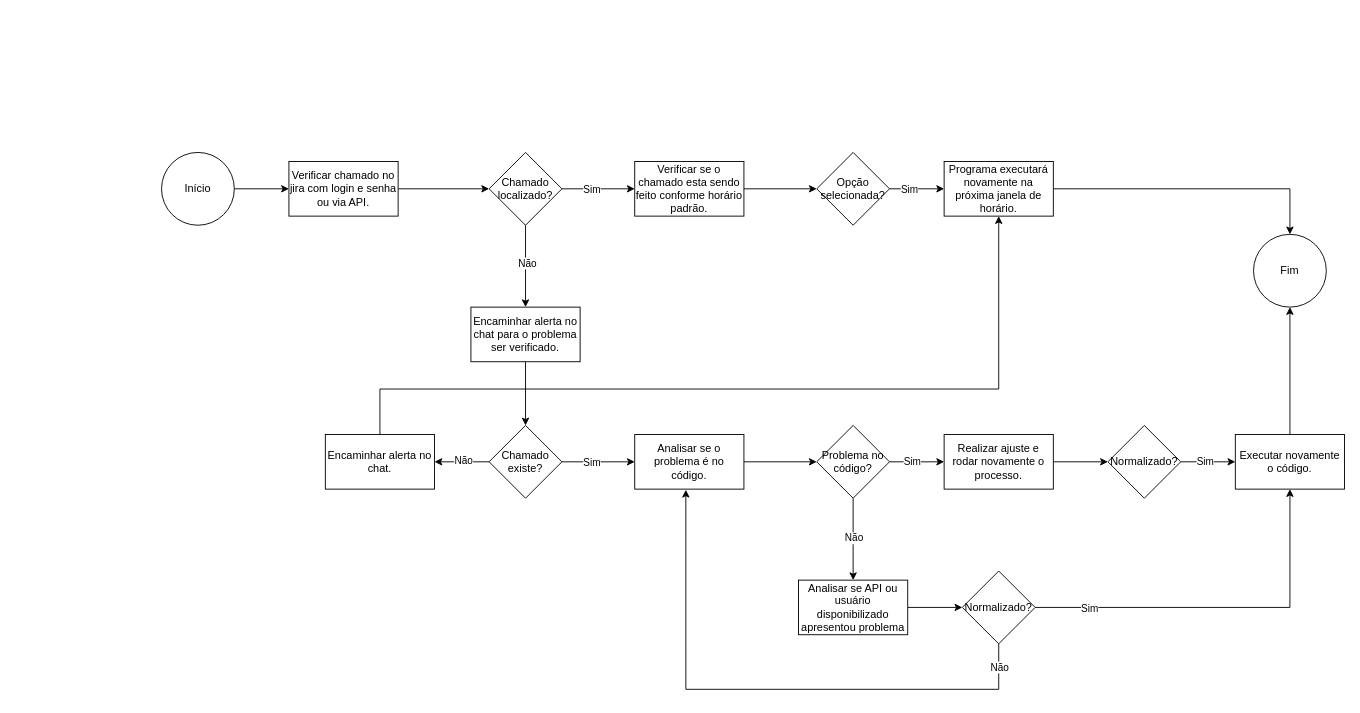
Anderson-olv/cresol-alertas keeps this draw.io diagram as docs/cresol.drawio. Above is the earlier version. Source tidied: cells renumbered, new cells numbered last; positions are measured from the earlier drawing's top-left corner, leaving out a move shared by most shapes. Both pictures are drawn from the tidied source at 91%, with x=0, y=0 at pixel (161, 152).
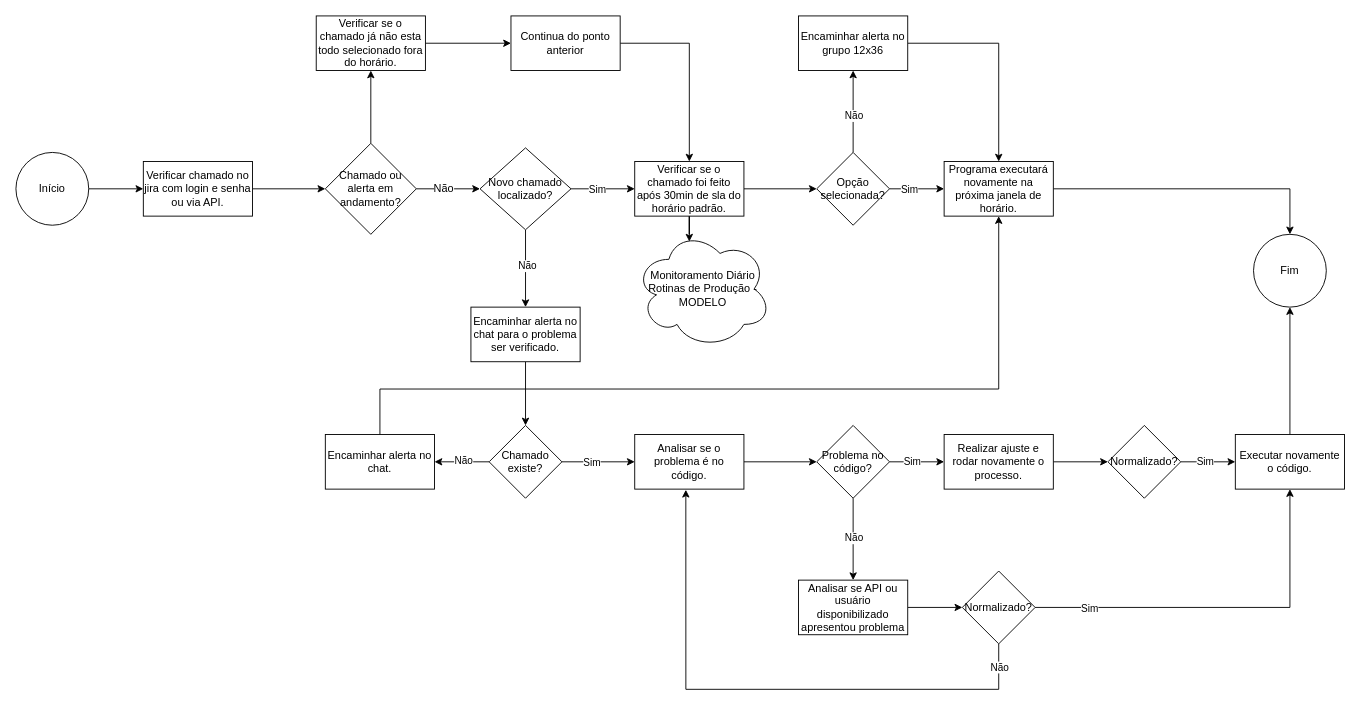
The same diagram, later.

Unchanged cells that the change refers to:
```xml
<mxCell id="35" value="Opção selecionada?" style="rhombus;whiteSpace=wrap;html=1;" parent="1" vertex="1">
  <mxGeometry x="720" width="80" height="80" as="geometry" />
</mxCell>
<mxCell id="37" value="Programa executará novamente na próxima janela de horário." style="whiteSpace=wrap;html=1;" parent="1" vertex="1">
  <mxGeometry x="860" y="10" width="120" height="60" as="geometry" />
</mxCell>
```

Diff of the diagram source:
```diff
@@
-    <mxCell id="2" style="edgeStyle=orthogonalEdgeStyle;rounded=0;jettySize=auto;html=1;" parent="1" edge="1" source="3" target="5">
+    <mxCell id="2" style="edgeStyle=orthogonalEdgeStyle;rounded=0;jettySize=auto;html=1;exitX=1;exitY=0.5;exitDx=0;exitDy=0;" parent="1" edge="1" source="3" target="5">
       <mxGeometry relative="1" as="geometry" />
     </mxCell>
     <mxCell id="3" value="Início" style="ellipse;whiteSpace=wrap;html=1;" parent="1" vertex="1">
-      <mxGeometry width="80" height="80" as="geometry" />
+      <mxGeometry x="-160" width="80" height="80" as="geometry" />
     </mxCell>
-    <mxCell id="4" style="edgeStyle=orthogonalEdgeStyle;rounded=0;jettySize=auto;html=1;" parent="1" edge="1" source="5" target="10">
-      <mxGeometry relative="1" as="geometry" />
-    </mxCell>
+    <mxCell id="49" style="edgeStyle=orthogonalEdgeStyle;rounded=0;jettySize=auto;html=1;fontFamily=Helvetica;fontSize=12;fontColor=default;" parent="1" edge="1" source="5" target="59">
+      <mxGeometry relative="1" as="geometry" />
+    </mxCell>
     <mxCell id="5" value="Verificar chamado no jira com login e senha ou via API." style="whiteSpace=wrap;html=1;" parent="1" vertex="1">
-      <mxGeometry x="140" y="10" width="120" height="60" as="geometry" />
+      <mxGeometry x="-20" y="10" width="120" height="60" as="geometry" />
     </mxCell>
@@
-    <mxCell id="10" value="Chamado localizado?" style="rhombus;whiteSpace=wrap;html=1;" parent="1" vertex="1">
-      <mxGeometry x="360" width="80" height="80" as="geometry" />
+    <mxCell id="10" value="Novo chamado localizado?" style="rhombus;whiteSpace=wrap;html=1;" parent="1" vertex="1">
+      <mxGeometry x="350" y="-5" width="100" height="90" as="geometry" />
     </mxCell>
@@
+    <mxCell id="50" style="edgeStyle=orthogonalEdgeStyle;rounded=0;jettySize=auto;html=1;entryX=0.4;entryY=0.1;entryDx=0;entryDy=0;entryPerimeter=0;" parent="1" edge="1" source="14" target="55">
+      <mxGeometry relative="1" as="geometry" />
+    </mxCell>
-    <mxCell id="14" value="Verificar se o chamado esta sendo feito conforme horário padrão." style="whiteSpace=wrap;html=1;" parent="1" vertex="1">
+    <mxCell id="14" value="Verificar se o chamado foi feito após 30min de sla do horário padrão." style="whiteSpace=wrap;html=1;" parent="1" vertex="1">
       <mxGeometry x="520" y="10" width="120" height="60" as="geometry" />
     </mxCell>
@@
+    <mxCell id="51" style="edgeStyle=orthogonalEdgeStyle;rounded=0;jettySize=auto;html=1;" parent="1" edge="1" source="35" target="54">
+      <mxGeometry relative="1" as="geometry" />
+    </mxCell>
+    <mxCell id="52" value="Não" style="edgeLabel;html=1;align=center;verticalAlign=middle;" parent="51" vertex="1">
+      <mxGeometry x="-0.1" relative="1" as="geometry" />
+    </mxCell>
@@
+    <mxCell id="53" style="edgeStyle=orthogonalEdgeStyle;rounded=0;jettySize=auto;html=1;fontFamily=Helvetica;fontSize=12;fontColor=default;" parent="1" edge="1" source="54" target="37">
+      <mxGeometry relative="1" as="geometry" />
+    </mxCell>
+    <mxCell id="54" value="Encaminhar alerta no grupo 12x36" style="whiteSpace=wrap;html=1;" parent="1" vertex="1">
+      <mxGeometry x="700" y="-150" width="120" height="60" as="geometry" />
+    </mxCell>
+    <mxCell id="55" value="Monitoramento Diário Rotinas de Produção - MODELO" style="ellipse;shape=cloud;whiteSpace=wrap;html=1;" parent="1" vertex="1">
+      <mxGeometry x="520" y="85" width="150" height="130" as="geometry" />
+    </mxCell>
+    <mxCell id="56" style="edgeStyle=orthogonalEdgeStyle;rounded=0;jettySize=auto;html=1;fontFamily=Helvetica;fontSize=12;fontColor=default;" parent="1" edge="1" source="59" target="10">
+      <mxGeometry relative="1" as="geometry" />
+    </mxCell>
+    <mxCell id="57" value="Não" style="edgeLabel;html=1;align=center;verticalAlign=middle;strokeColor=default;fontFamily=Helvetica;fontSize=12;fontColor=default;fillColor=default;" parent="56" vertex="1">
+      <mxGeometry x="-0.18" y="1" relative="1" as="geometry" />
+    </mxCell>
+    <mxCell id="58" style="edgeStyle=orthogonalEdgeStyle;rounded=0;jettySize=auto;html=1;fontFamily=Helvetica;fontSize=12;fontColor=default;" parent="1" edge="1" source="59" target="63">
+      <mxGeometry relative="1" as="geometry" />
+    </mxCell>
+    <mxCell id="59" value="Chamado ou alerta em andamento?" style="rhombus;whiteSpace=wrap;html=1;" parent="1" vertex="1">
+      <mxGeometry x="180" y="-10" width="100" height="100" as="geometry" />
+    </mxCell>
+    <mxCell id="60" style="edgeStyle=orthogonalEdgeStyle;rounded=0;jettySize=auto;html=1;entryX=0.5;entryY=0;entryDx=0;entryDy=0;fontFamily=Helvetica;fontSize=12;fontColor=default;" parent="1" edge="1" source="61" target="14">
+      <mxGeometry relative="1" as="geometry" />
+    </mxCell>
+    <mxCell id="61" value="Continua do ponto anterior" style="whiteSpace=wrap;html=1;" parent="1" vertex="1">
+      <mxGeometry x="384" y="-150" width="120" height="60" as="geometry" />
+    </mxCell>
+    <mxCell id="62" style="edgeStyle=orthogonalEdgeStyle;rounded=0;jettySize=auto;html=1;entryX=0;entryY=0.5;entryDx=0;entryDy=0;fontFamily=Helvetica;fontSize=12;fontColor=default;" parent="1" edge="1" source="63" target="61">
+      <mxGeometry relative="1" as="geometry" />
+    </mxCell>
+    <mxCell id="63" value="Verificar se o chamado já não esta todo selecionado fora do horário." style="whiteSpace=wrap;html=1;" parent="1" vertex="1">
+      <mxGeometry x="170" y="-150" width="120" height="60" as="geometry" />
+    </mxCell>
```
